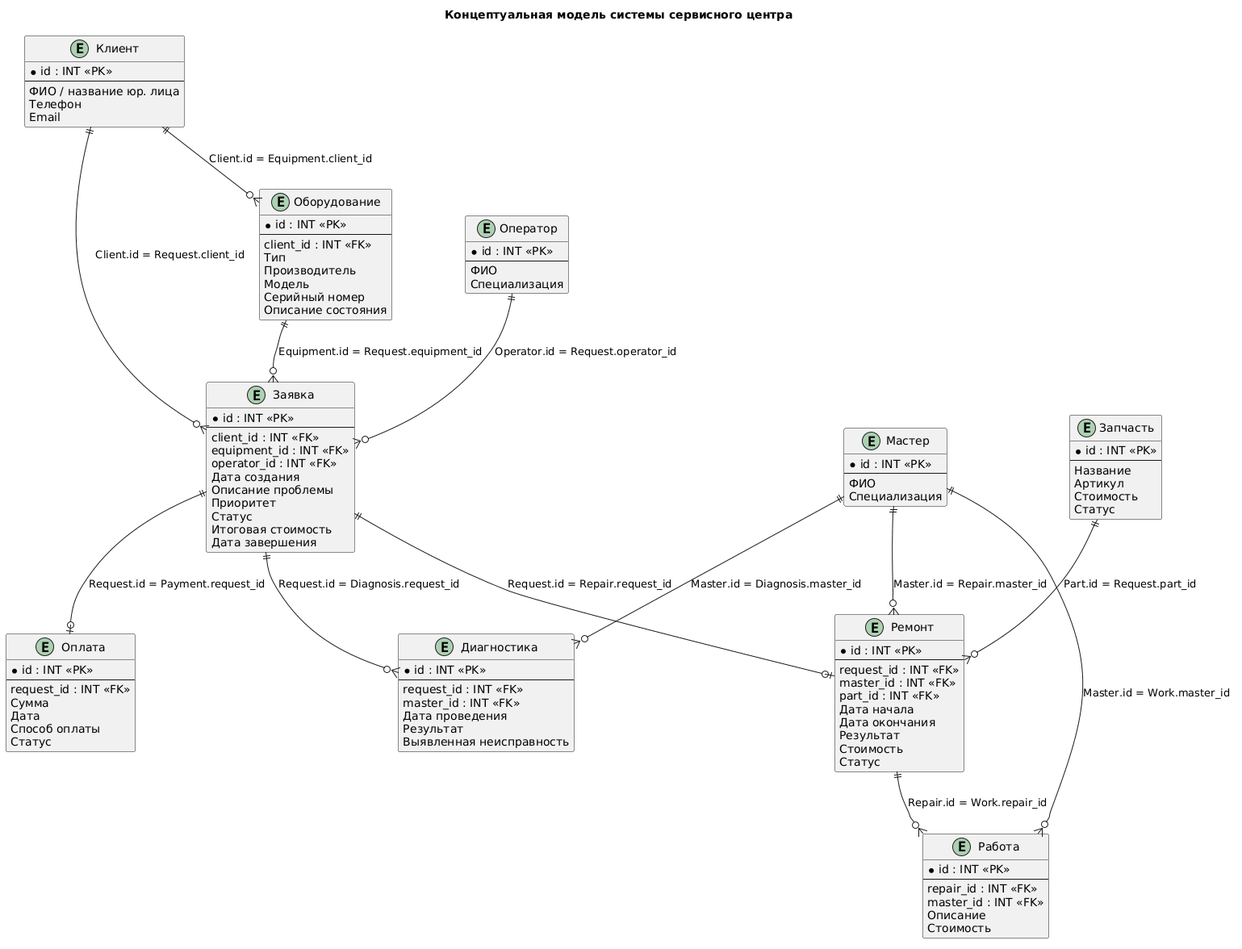
Above: images/concept.png in semechko-s/Db_study (PlantUML), before the change.
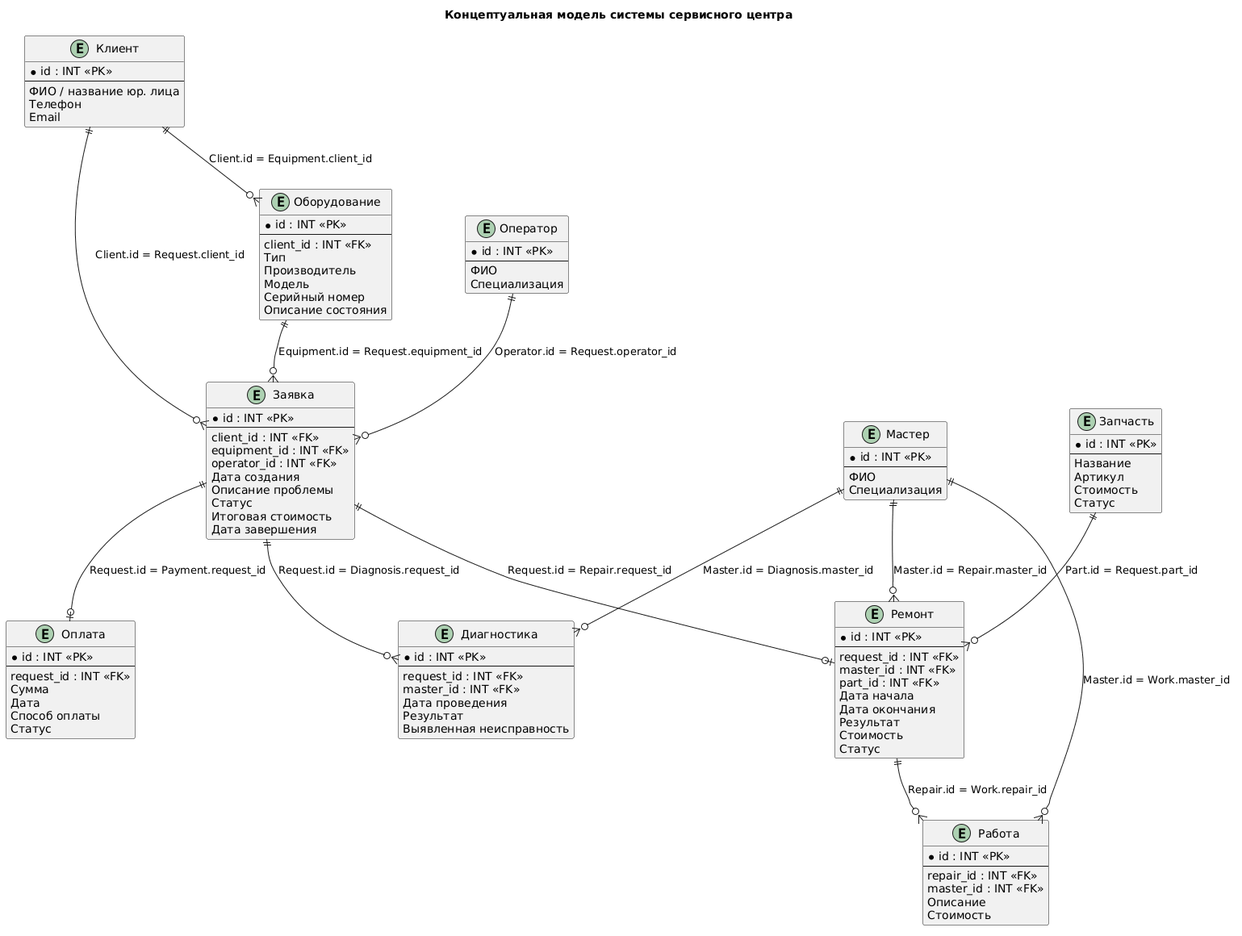
Above is the later version.

Commit message:
Убрал приоритет

Change to the diagram source:
```diff
@@ -31,7 +31,6 @@
     operator_id : INT <<FK>>
     Дата создания
     Описание проблемы
-    Приоритет
     Статус
     Итоговая стоимость
     Дата завершения
```
